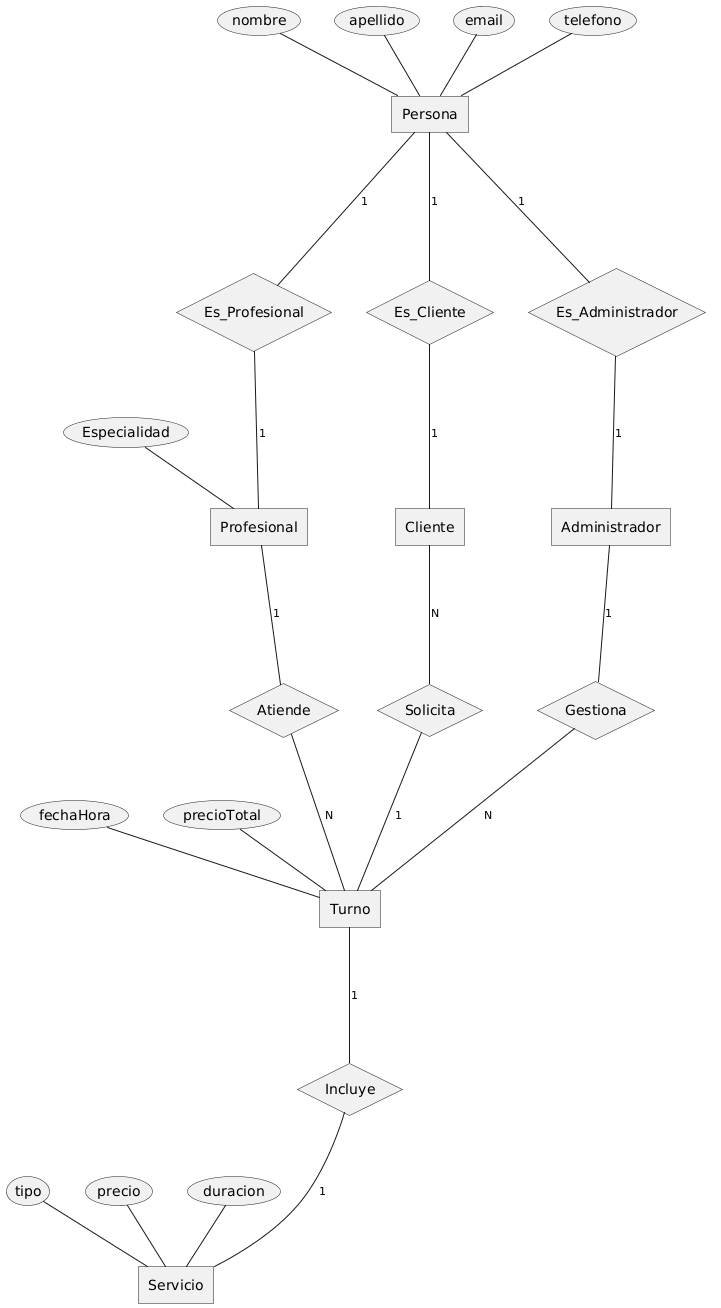
This is Documentacion/05 DER diagrama entidad - relacion/Diagrama entidad-relacion.png from Juamppa/practica-profesionalizante-1, a PlantUML export, as it was before one commit.
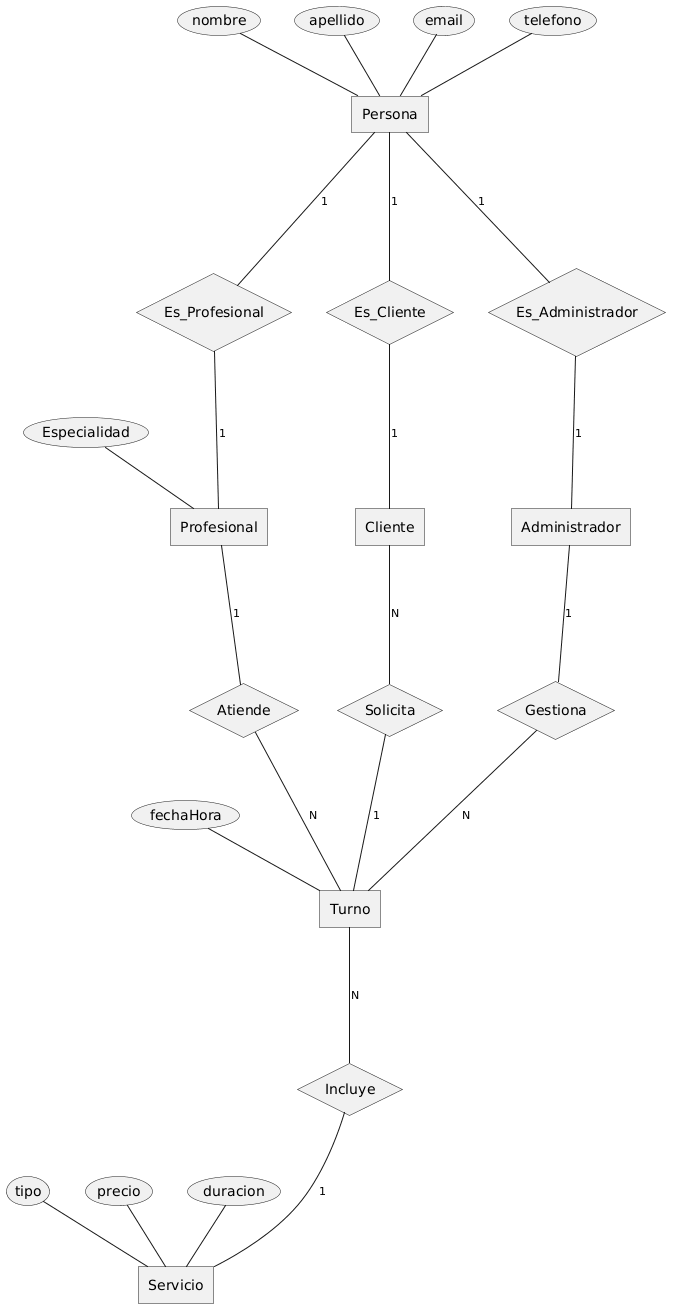
Above is the later version.

Commit message:
cambio de error en el DER

.

Change to the diagram source:
```diff
@@ -12,7 +12,6 @@
 
 entity Turno {
   fechaHora
-  precioTotal
 }
 
 entity Profesional {
@@ -58,7 +57,7 @@
 Administrador -1- Gestiona
 Gestiona -N- Turno
 
-Turno -1- Incluye
+Turno -N- Incluye
 Incluye -1- Servicio
 
 Persona -1- Es_Cliente
```
